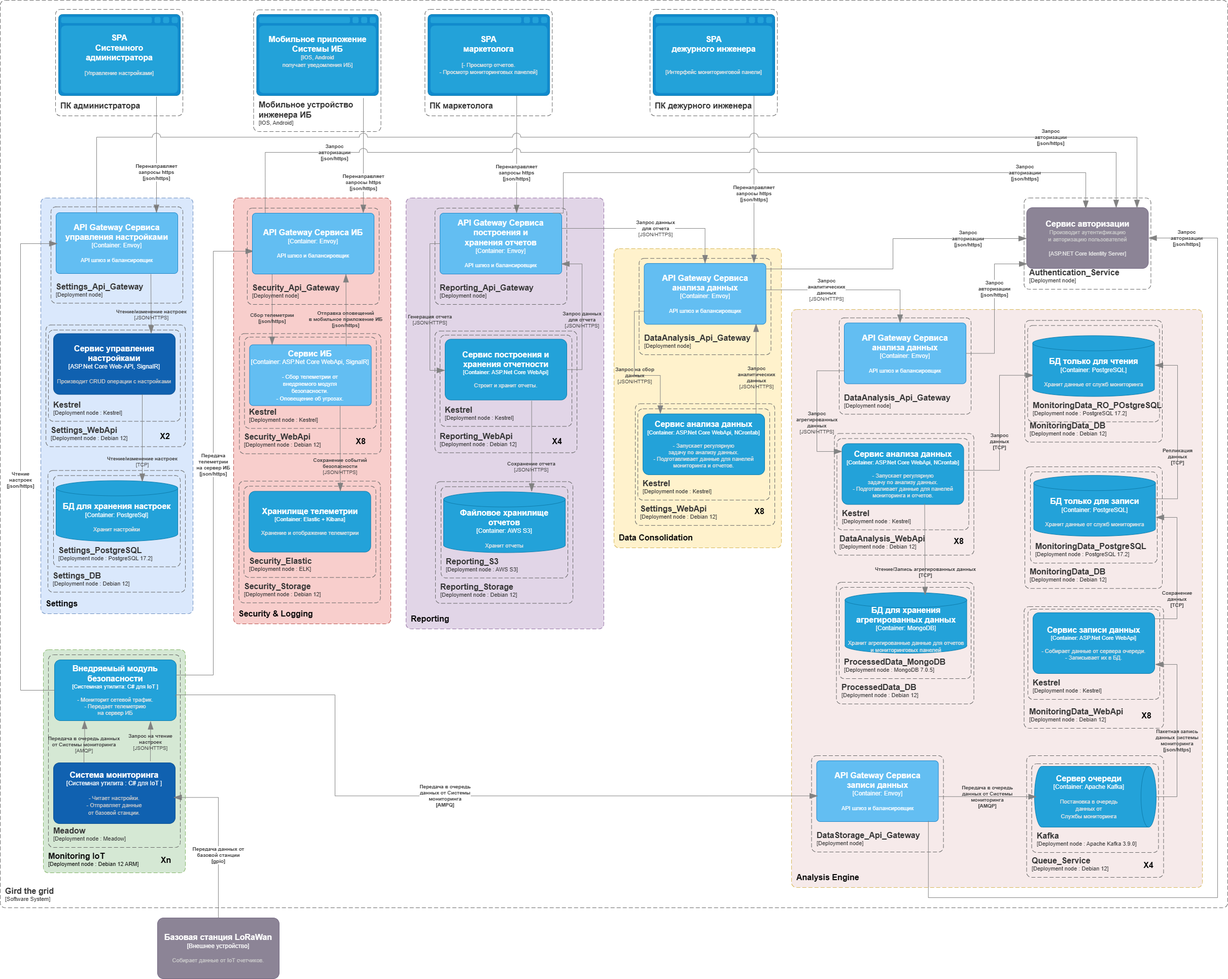
Earlier version of the draw.io export Graduate/img/deploy_diagram.png (dimidych/Gird_the_grid). Source tidied: cells renumbered, new cells last; positions are measured from the earlier drawing's top-left corner, leaving out a move shared by most shapes.
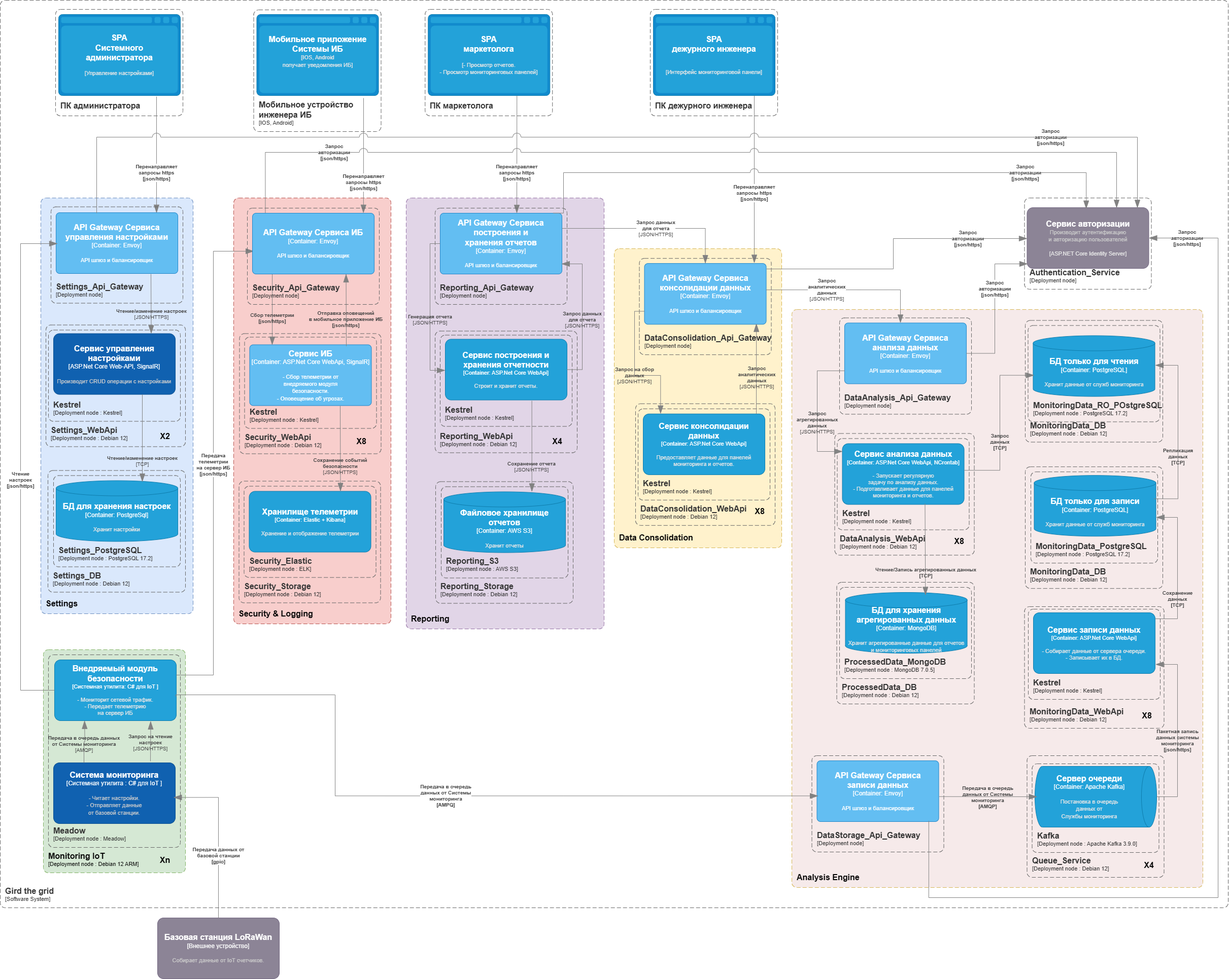
After the change.

The edit, as a diff of the source:
```diff
@@ -354,7 +354,7 @@
       <mxGeometry x="2233.5" y="1691" width="60" height="30" as="geometry" />
     </mxCell>
     <mxCell id="64" value="Xn" style="text;html=1;align=center;verticalAlign=middle;whiteSpace=wrap;rounded=0;fontSize=16;fontStyle=1;" parent="1" vertex="1">
-      <mxGeometry x="297" y="1681" width="60" height="30" as="geometry" />
+      <mxGeometry x="295" y="1681" width="60" height="30" as="geometry" />
     </mxCell>
     <mxCell id="65" value="X8" style="text;html=1;align=center;verticalAlign=middle;whiteSpace=wrap;rounded=0;fontSize=16;fontStyle=1;" parent="1" vertex="1">
       <mxGeometry x="681.5" y="854.5" width="60" height="30" as="geometry" />
@@ -655,7 +655,7 @@
         </mxGeometry>
       </mxCell>
     </object>
-    <object id="107" label="&lt;font style=&quot;font-size: 16px&quot;&gt;&lt;b&gt;%c4Name%&lt;/b&gt;&lt;/font&gt;&lt;div&gt;[%c4Type%: %c4Technology%]&lt;/div&gt;&lt;br&gt;&lt;div&gt;&lt;font style=&quot;font-size: 11px&quot;&gt;&lt;font color=&quot;#E6E6E6&quot;&gt;%c4Description%&lt;/font&gt;&lt;/div&gt;" c4Description="- Запускает регулярную &#10;задачу по анализу данных.&#10;- Подготавливает данные для панелей мониторинга и отчетов." c4Name="Сервис анализа данных" c4Technology="ASP.Net Core WebApi, NCrontab" c4Type="Container" placeholders="1">
+    <object id="107" label="&lt;font style=&quot;font-size: 16px&quot;&gt;&lt;b&gt;%c4Name%&lt;/b&gt;&lt;/font&gt;&lt;div&gt;[%c4Type%: %c4Technology%]&lt;/div&gt;&lt;br&gt;&lt;div&gt;&lt;font style=&quot;font-size: 11px&quot;&gt;&lt;font color=&quot;#E6E6E6&quot;&gt;%c4Description%&lt;/font&gt;&lt;/div&gt;" c4Description="Предоставляет данные для панелей мониторинга и отчетов." c4Name="Сервис консолидации данных" c4Technology="ASP.Net Core WebApi" c4Type="Container" placeholders="1">
       <mxCell style="rounded=1;whiteSpace=wrap;html=1;fontSize=11;labelBackgroundColor=none;fillColor=#23A2D9;fontColor=#ffffff;align=center;arcSize=10;strokeColor=#0E7DAD;points=[[0.25,0,0],[0.5,0,0],[0.75,0,0],[1,0.25,0],[1,0.5,0],[1,0.75,0],[0.75,1,0],[0.5,1,0],[0.25,1,0],[0,0.75,0],[0,0.5,0],[0,0.25,0]];" parent="1" vertex="1">
         <mxGeometry x="1267" y="815.8" width="240" height="120" as="geometry" />
       </mxCell>
@@ -665,7 +665,7 @@
         <mxGeometry x="1257" y="805.8" width="260" height="180" as="geometry" />
       </mxCell>
     </object>
-    <object id="109" label="&lt;font style=&quot;font-size: 16px&quot;&gt;&lt;b&gt;&lt;div style=&quot;text-align: left&quot;&gt;%c4Name%&lt;/div&gt;&lt;/b&gt;&lt;/font&gt;&lt;div style=&quot;text-align: left&quot;&gt;[%c4Application%]&lt;/div&gt;" c4Application="Deployment node : Debian 12" c4Name="Settings_WebApi" c4Type="SystemScopeBoundary" placeholders="1">
+    <object id="109" label="&lt;font style=&quot;font-size: 16px&quot;&gt;&lt;b&gt;&lt;div style=&quot;text-align: left&quot;&gt;%c4Name%&lt;/div&gt;&lt;/b&gt;&lt;/font&gt;&lt;div style=&quot;text-align: left&quot;&gt;[%c4Application%]&lt;/div&gt;" c4Application="Deployment node : Debian 12" c4Name="DataConsolidation_WebApi" c4Type="SystemScopeBoundary" placeholders="1">
       <mxCell style="rounded=1;fontSize=11;whiteSpace=wrap;html=1;dashed=1;arcSize=20;fillColor=none;strokeColor=#666666;fontColor=#333333;labelBackgroundColor=none;align=left;verticalAlign=bottom;labelBorderColor=none;spacingTop=0;spacing=10;dashPattern=8 4;perimeter=rectanglePerimeter;noLabel=0;labelPadding=0;absoluteArcSize=1;" parent="1" vertex="1">
         <mxGeometry x="1252" y="795.8" width="275" height="240" as="geometry" />
       </mxCell>
@@ -673,12 +673,12 @@
     <mxCell id="110" value="X8" style="text;html=1;align=center;verticalAlign=middle;whiteSpace=wrap;rounded=0;fontSize=16;fontStyle=1;" parent="1" vertex="1">
       <mxGeometry x="1467" y="992.8" width="60" height="30" as="geometry" />
     </mxCell>
-    <object id="111" label="&lt;font style=&quot;font-size: 16px&quot;&gt;&lt;b&gt;&lt;div style=&quot;text-align: left&quot;&gt;%c4Name%&lt;/div&gt;&lt;/b&gt;&lt;/font&gt;&lt;div style=&quot;text-align: left&quot;&gt;[%c4Application%]&lt;/div&gt;" c4Application="Deployment node" c4Name="DataAnalysis_Api_Gateway" c4Type="ContainerScopeBoundary" placeholders="1">
+    <object id="111" label="&lt;font style=&quot;font-size: 16px&quot;&gt;&lt;b&gt;&lt;div style=&quot;text-align: left&quot;&gt;%c4Name%&lt;/div&gt;&lt;/b&gt;&lt;/font&gt;&lt;div style=&quot;text-align: left&quot;&gt;[%c4Application%]&lt;/div&gt;" c4Application="Deployment node" c4Name="DataConsolidation_Api_Gateway" c4Type="ContainerScopeBoundary" placeholders="1">
       <mxCell style="rounded=1;fontSize=11;whiteSpace=wrap;html=1;dashed=1;arcSize=20;fillColor=none;strokeColor=#666666;fontColor=#333333;labelBackgroundColor=none;align=left;verticalAlign=bottom;labelBorderColor=none;spacingTop=0;spacing=10;dashPattern=8 4;perimeter=rectanglePerimeter;noLabel=0;labelPadding=0;absoluteArcSize=1;" parent="1" vertex="1">
         <mxGeometry x="1259.5" y="509.1" width="260" height="190" as="geometry" />
       </mxCell>
     </object>
-    <object id="112" label="&lt;font style=&quot;font-size: 16px&quot;&gt;&lt;b&gt;%c4Name%&lt;/b&gt;&lt;/font&gt;&lt;div&gt;[%c4Type%: %c4Technology%]&lt;/div&gt;&lt;br&gt;&lt;div&gt;&lt;font style=&quot;font-size: 11px&quot;&gt;%c4Description%&lt;/font&gt;&lt;/div&gt;" c4Description="API шлюз и балансировщик" c4Name="API Gateway Сервиса&#10;анализа данных" c4Technology="Envoy" c4Type="Container" placeholders="1">
+    <object id="112" label="&lt;font style=&quot;font-size: 16px&quot;&gt;&lt;b&gt;%c4Name%&lt;/b&gt;&lt;/font&gt;&lt;div&gt;[%c4Type%: %c4Technology%]&lt;/div&gt;&lt;br&gt;&lt;div&gt;&lt;font style=&quot;font-size: 11px&quot;&gt;%c4Description%&lt;/font&gt;&lt;/div&gt;" c4Description="API шлюз и балансировщик" c4Name="API Gateway Сервиса&#10;консолидации данных" c4Technology="Envoy" c4Type="Container" placeholders="1">
       <mxCell style="rounded=1;whiteSpace=wrap;html=1;labelBackgroundColor=none;fillColor=#63BEF2;fontColor=#ffffff;align=center;arcSize=6;strokeColor=#2086C9;points=[[0.25,0,0],[0.5,0,0],[0.75,0,0],[1,0.25,0],[1,0.5,0],[1,0.75,0],[0.75,1,0],[0.5,1,0],[0.25,1,0],[0,0.75,0],[0,0.5,0],[0,0.25,0]];" parent="1" vertex="1">
         <mxGeometry x="1269.5" y="519.1" width="240" height="120" as="geometry" />
       </mxCell>
```
